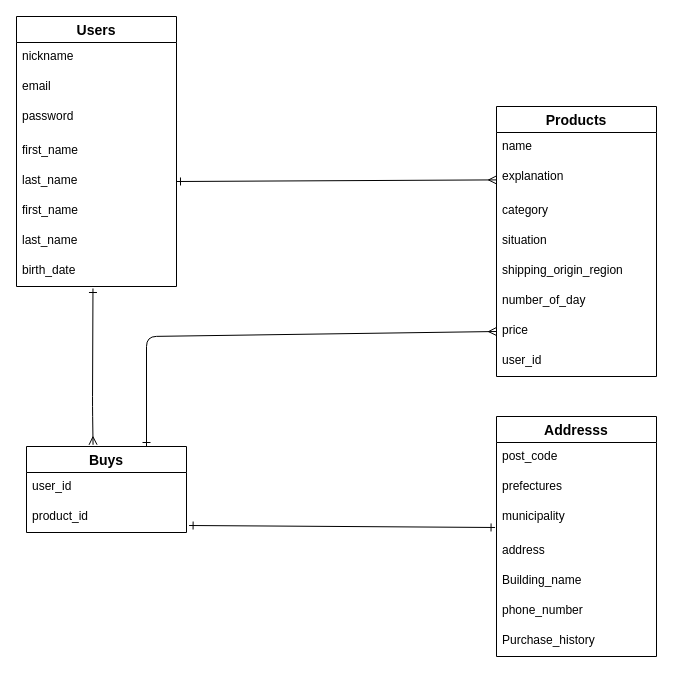
Above: furima.dio in shohei18181818/furima-38926 (draw.io), before the change. Source tidied: cells renumbered, new cells numbered last; positions are measured from the earlier drawing's top-left corner, leaving out a move shared by most shapes. Both pictures are drawn from the tidied source at 100%, with x=0, y=0 at pixel (16, 16).
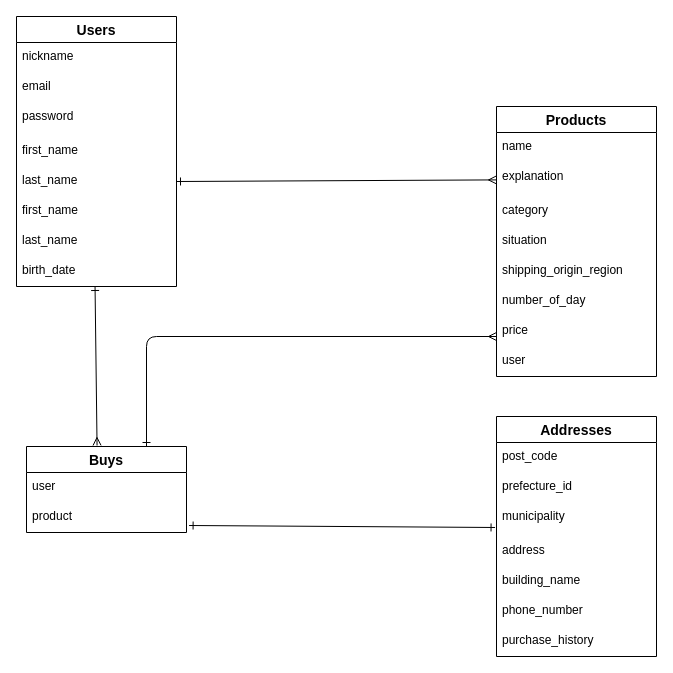
The same page after the edit.

Commit message (it also covers changes not shown here):
データベース４

Unchanged cells that the change refers to:
```xml
<mxCell id="10" value="birth_date" style="text;strokeColor=none;fillColor=none;spacingLeft=4;spacingRight=4;overflow=hidden;points=[[0,0.5],[1,0.5]];portConstraint=eastwest;fontSize=12;" parent="2" vertex="1">
  <mxGeometry y="240" width="160" height="30" as="geometry" />
</mxCell>
<mxCell id="11" value="Products" style="swimlane;fontStyle=1;horizontal=1;startSize=26;align=center;fontSize=14;" parent="1" vertex="1">
  <mxGeometry x="480" y="90" width="160" height="270" as="geometry" />
</mxCell>
<mxCell id="20" value="Buys" style="swimlane;fontStyle=1;horizontal=1;startSize=26;align=center;fontSize=14;" parent="1" vertex="1">
  <mxGeometry x="10" y="430" width="160" height="86" as="geometry" />
</mxCell>
```

Diff of the diagram source:
```diff
@@
-    <mxCell id="19" value="user_id" style="text;strokeColor=none;fillColor=none;spacingLeft=4;spacingRight=4;overflow=hidden;fontSize=12;" parent="11" vertex="1">
+    <mxCell id="19" value="user" style="text;strokeColor=none;fillColor=none;spacingLeft=4;spacingRight=4;overflow=hidden;fontSize=12;" parent="11" vertex="1">
       <mxGeometry y="240" width="160" height="30" as="geometry" />
     </mxCell>
@@
-    <mxCell id="21" value="user_id" style="text;strokeColor=none;fillColor=none;spacingLeft=4;spacingRight=4;overflow=hidden;fontSize=12;" parent="20" vertex="1">
+    <mxCell id="21" value="user" style="text;strokeColor=none;fillColor=none;spacingLeft=4;spacingRight=4;overflow=hidden;fontSize=12;" parent="20" vertex="1">
       <mxGeometry y="26" width="160" height="30" as="geometry" />
     </mxCell>
-    <mxCell id="22" value="product_id" style="text;strokeColor=none;fillColor=none;spacingLeft=4;spacingRight=4;overflow=hidden;fontSize=12;" parent="20" vertex="1">
+    <mxCell id="22" value="product" style="text;strokeColor=none;fillColor=none;spacingLeft=4;spacingRight=4;overflow=hidden;fontSize=12;" parent="20" vertex="1">
       <mxGeometry y="56" width="160" height="30" as="geometry" />
     </mxCell>
@@
-    <mxCell id="24" value="Addresss" style="swimlane;fontStyle=1;horizontal=1;startSize=26;align=center;fontSize=14;" parent="1" vertex="1">
+    <mxCell id="24" value="Addresses" style="swimlane;fontStyle=1;horizontal=1;startSize=26;align=center;fontSize=14;" parent="1" vertex="1">
       <mxGeometry x="480" y="400" width="160" height="240" as="geometry" />
     </mxCell>
@@
-    <mxCell id="26" value="prefectures" style="text;strokeColor=none;fillColor=none;spacingLeft=4;spacingRight=4;overflow=hidden;fontSize=12;" parent="24" vertex="1">
+    <mxCell id="26" value="prefecture_id" style="text;strokeColor=none;fillColor=none;spacingLeft=4;spacingRight=4;overflow=hidden;fontSize=12;" parent="24" vertex="1">
       <mxGeometry y="56" width="160" height="30" as="geometry" />
     </mxCell>
@@
-    <mxCell id="29" value="Building_name" style="text;strokeColor=none;fillColor=none;spacingLeft=4;spacingRight=4;overflow=hidden;fontSize=12;" parent="24" vertex="1">
+    <mxCell id="29" value="building_name" style="text;strokeColor=none;fillColor=none;spacingLeft=4;spacingRight=4;overflow=hidden;fontSize=12;" parent="24" vertex="1">
       <mxGeometry y="150" width="160" height="30" as="geometry" />
     </mxCell>
@@
-    <mxCell id="31" value="Purchase_history" style="text;strokeColor=none;fillColor=none;spacingLeft=4;spacingRight=4;overflow=hidden;fontSize=12;" parent="24" vertex="1">
+    <mxCell id="31" value="purchase_history" style="text;strokeColor=none;fillColor=none;spacingLeft=4;spacingRight=4;overflow=hidden;fontSize=12;" parent="24" vertex="1">
       <mxGeometry y="210" width="160" height="30" as="geometry" />
     </mxCell>
@@
-    <mxCell id="33" style="edgeStyle=none;html=1;exitX=0.75;exitY=0;exitDx=0;exitDy=0;entryX=0;entryY=0.5;entryDx=0;entryDy=0;startArrow=ERone;startFill=0;endArrow=ERmany;endFill=0;" parent="1" edge="1" source="20">
+    <mxCell id="33" style="edgeStyle=none;html=1;exitX=0.75;exitY=0;exitDx=0;exitDy=0;startArrow=ERone;startFill=0;endArrow=ERmany;endFill=0;" parent="1" edge="1" source="20">
       <mxGeometry relative="1" as="geometry">
-        <mxPoint x="480" y="315" as="targetPoint" />
+        <mxPoint x="480" y="320" as="targetPoint" />
         <Array as="points">
           <mxPoint x="130" y="320" />
         </Array>
       </mxGeometry>
     </mxCell>
-    <mxCell id="34" style="edgeStyle=none;html=1;entryX=0.478;entryY=1.067;entryDx=0;entryDy=0;entryPerimeter=0;startArrow=ERmany;startFill=0;endArrow=ERone;endFill=0;exitX=0.416;exitY=-0.02;exitDx=0;exitDy=0;exitPerimeter=0;" parent="1" edge="1" source="20" target="10">
-      <mxGeometry relative="1" as="geometry">
-        <Array as="points">
-          <mxPoint x="76" y="390" />
-        </Array>
-      </mxGeometry>
+    <mxCell id="34" style="edgeStyle=none;html=1;entryX=0.491;entryY=1;entryDx=0;entryDy=0;entryPerimeter=0;startArrow=ERmany;startFill=0;endArrow=ERone;endFill=0;exitX=0.441;exitY=-0.012;exitDx=0;exitDy=0;exitPerimeter=0;" parent="1" edge="1" source="20" target="10">
+      <mxGeometry relative="1" as="geometry" />
     </mxCell>
```
